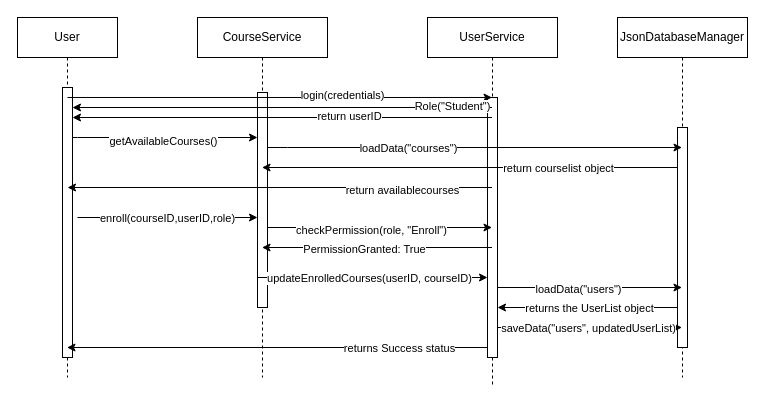
The draw.io diagram Sequence Diagram.drawio in Akishk4/UMLs, before the edit. Source tidied: cells renumbered, new cells numbered last; positions are measured from the earlier drawing's top-left corner, leaving out a move shared by most shapes. Both pictures are drawn from the tidied source at 100%, with x=0, y=0 at pixel (17, 17).
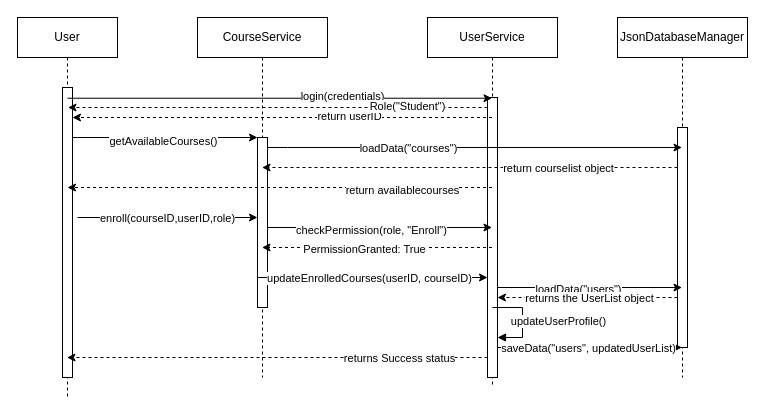
The same page after the edit.

Commit message:
Update sequence diagram

The change refers to these unchanged cells:
```xml
<mxCell id="4" value="CourseService" style="shape=umlLifeline;perimeter=lifelinePerimeter;whiteSpace=wrap;html=1;outlineConnect=0;portConstraint=eastwest;newEdgeStyle={&quot;edgeStyle&quot;:&quot;elbowEdgeStyle&quot;,&quot;elbow&quot;:&quot;vertical&quot;,&quot;curved&quot;:0,&quot;rounded&quot;:0};" parent="1" vertex="1">
  <mxGeometry x="180" width="130" height="360" as="geometry" />
</mxCell>
<mxCell id="6" value="UserService" style="shape=umlLifeline;perimeter=lifelinePerimeter;whiteSpace=wrap;html=1;outlineConnect=0;portConstraint=eastwest;newEdgeStyle={&quot;edgeStyle&quot;:&quot;elbowEdgeStyle&quot;,&quot;elbow&quot;:&quot;vertical&quot;,&quot;curved&quot;:0,&quot;rounded&quot;:0};" parent="1" vertex="1">
  <mxGeometry x="410" width="130" height="370" as="geometry" />
</mxCell>
<mxCell id="8" value="JsonDatabaseManager" style="shape=umlLifeline;perimeter=lifelinePerimeter;whiteSpace=wrap;html=1;outlineConnect=0;portConstraint=eastwest;newEdgeStyle={&quot;edgeStyle&quot;:&quot;elbowEdgeStyle&quot;,&quot;elbow&quot;:&quot;vertical&quot;,&quot;curved&quot;:0,&quot;rounded&quot;:0};" parent="1" vertex="1">
  <mxGeometry x="600" width="130" height="360" as="geometry" />
</mxCell>
```

What changed in the source:
```diff
@@
     <mxCell id="2" value="User" style="shape=umlLifeline;perimeter=lifelinePerimeter;whiteSpace=wrap;html=1;outlineConnect=0;portConstraint=eastwest;newEdgeStyle={&quot;edgeStyle&quot;:&quot;elbowEdgeStyle&quot;,&quot;elbow&quot;:&quot;vertical&quot;,&quot;curved&quot;:0,&quot;rounded&quot;:0};" parent="1" vertex="1">
-      <mxGeometry width="100" height="360" as="geometry" />
+      <mxGeometry width="100" height="380" as="geometry" />
     </mxCell>
     <mxCell id="3" style="html=1;points=[];perimeter=orthogonalPerimeter;outlineConnect=0;targetShapes=umlLifeline;portConstraint=eastwest;newEdgeStyle={&quot;edgeStyle&quot;:&quot;elbowEdgeStyle&quot;,&quot;elbow&quot;:&quot;vertical&quot;,&quot;curved&quot;:0,&quot;rounded&quot;:0};" parent="2" vertex="1">
-      <mxGeometry x="45" y="70" width="10" height="270" as="geometry" />
+      <mxGeometry x="45" y="70" width="10" height="290" as="geometry" />
     </mxCell>
@@
     <mxCell id="5" style="html=1;points=[];perimeter=orthogonalPerimeter;outlineConnect=0;targetShapes=umlLifeline;portConstraint=eastwest;newEdgeStyle={&quot;edgeStyle&quot;:&quot;elbowEdgeStyle&quot;,&quot;elbow&quot;:&quot;vertical&quot;,&quot;curved&quot;:0,&quot;rounded&quot;:0};" parent="4" vertex="1">
-      <mxGeometry x="60" y="75" width="10" height="215" as="geometry" />
+      <mxGeometry x="60" y="120" width="10" height="170" as="geometry" />
     </mxCell>
@@
     <mxCell id="7" style="html=1;points=[];perimeter=orthogonalPerimeter;outlineConnect=0;targetShapes=umlLifeline;portConstraint=eastwest;newEdgeStyle={&quot;edgeStyle&quot;:&quot;elbowEdgeStyle&quot;,&quot;elbow&quot;:&quot;vertical&quot;,&quot;curved&quot;:0,&quot;rounded&quot;:0};" parent="6" vertex="1">
-      <mxGeometry x="60" y="80" width="10" height="260" as="geometry" />
+      <mxGeometry x="60" y="80" width="10" height="280" as="geometry" />
     </mxCell>
@@
-    <mxCell id="12" style="endArrow=classic;html=1;rounded=0;" parent="1" edge="1" target="3">
+    <mxCell id="12" style="endArrow=classic;html=1;rounded=0;dashed=1;" parent="1" edge="1" target="3">
       <mxGeometry relative="1" as="geometry">
         <mxPoint x="474.5" y="100" as="sourcePoint" />
       </mxGeometry>
     </mxCell>
@@
-    <mxCell id="18" style="endArrow=classic;html=1;rounded=0;" parent="1" edge="1" target="4">
+    <mxCell id="18" style="endArrow=classic;html=1;rounded=0;dashed=1;" parent="1" edge="1" target="4">
       <mxGeometry relative="1" as="geometry">
         <mxPoint x="660" y="150" as="sourcePoint" />
       </mxGeometry>
     </mxCell>
@@
-    <mxCell id="20" style="endArrow=classic;html=1;rounded=0;" parent="1" edge="1">
+    <mxCell id="20" style="endArrow=classic;html=1;rounded=0;dashed=1;" parent="1" edge="1">
       <mxGeometry relative="1" as="geometry">
         <mxPoint x="474.5" y="170" as="sourcePoint" />
         <mxPoint x="50" y="170" as="targetPoint" />
       </mxGeometry>
     </mxCell>
@@
-    <mxCell id="24" style="endArrow=classic;html=1;rounded=0;" parent="1" edge="1" target="3">
+    <mxCell id="24" style="endArrow=classic;html=1;rounded=0;dashed=1;" parent="1" edge="1">
       <mxGeometry relative="1" as="geometry">
-        <mxPoint x="474.5" y="90" as="sourcePoint" />
+        <mxPoint x="470" y="90" as="sourcePoint" />
+        <mxPoint x="50.5" y="90" as="targetPoint" />
       </mxGeometry>
     </mxCell>
     <mxCell id="25" value="Role(&quot;Student&quot;)" style="edgeLabel;html=1;align=center;verticalAlign=middle;" parent="24" vertex="1">
       <mxGeometry x="0.61" y="-2" relative="1" as="geometry">
-        <mxPoint x="298" as="offset" />
+        <mxPoint x="257" as="offset" />
       </mxGeometry>
     </mxCell>
@@
-    <mxCell id="28" style="endArrow=classic;html=1;rounded=0;" parent="1" edge="1" target="4">
+    <mxCell id="28" style="endArrow=classic;html=1;rounded=0;dashed=1;" parent="1" edge="1" target="4">
       <mxGeometry relative="1" as="geometry">
         <mxPoint x="474.5" y="230" as="sourcePoint" />
       </mxGeometry>
     </mxCell>
@@
-    <mxCell id="34" style="endArrow=classic;html=1;rounded=0;" parent="1" edge="1" target="7">
+    <mxCell id="34" style="endArrow=classic;html=1;rounded=0;dashed=1;" parent="1" edge="1">
       <mxGeometry relative="1" as="geometry">
-        <mxPoint x="660" y="290" as="sourcePoint" />
+        <mxPoint x="660" y="280" as="sourcePoint" />
+        <mxPoint x="480" y="280" as="targetPoint" />
       </mxGeometry>
     </mxCell>
@@
-    <mxCell id="36" style="endArrow=classic;html=1;rounded=0;" parent="1" edge="1" target="8">
+    <mxCell id="36" style="endArrow=classic;html=1;rounded=0;" parent="1" edge="1">
       <mxGeometry relative="1" as="geometry">
-        <mxPoint x="480" y="310" as="sourcePoint" />
+        <mxPoint x="480" y="330" as="sourcePoint" />
+        <mxPoint x="664.5" y="330" as="targetPoint" />
       </mxGeometry>
     </mxCell>
@@
-    <mxCell id="38" style="endArrow=classic;html=1;rounded=0;" parent="1" edge="1" target="2">
+    <mxCell id="38" style="endArrow=classic;html=1;rounded=0;dashed=1;" parent="1" edge="1">
       <mxGeometry relative="1" as="geometry">
-        <mxPoint x="470" y="330" as="sourcePoint" />
+        <mxPoint x="470" y="340" as="sourcePoint" />
+        <mxPoint x="49.5" y="340" as="targetPoint" />
       </mxGeometry>
     </mxCell>
@@
+    <mxCell id="40" style="html=1;align=left;spacingLeft=2;endArrow=block;rounded=0;edgeStyle=orthogonalEdgeStyle;curved=0;rounded=0;" parent="1" edge="1">
+      <mxGeometry relative="1" as="geometry">
+        <mxPoint x="475" y="290" as="sourcePoint" />
+        <mxPoint x="480" y="320" as="targetPoint" />
+        <Array as="points">
+          <mxPoint x="505" y="320" />
+        </Array>
+      </mxGeometry>
+    </mxCell>
+    <mxCell id="41" value="&lt;div&gt;updateUserProfile()&lt;/div&gt;" style="edgeLabel;html=1;align=center;verticalAlign=middle;" parent="40" vertex="1">
+      <mxGeometry y="2" relative="1" as="geometry">
+        <mxPoint x="33" as="offset" />
+      </mxGeometry>
+    </mxCell>
```
